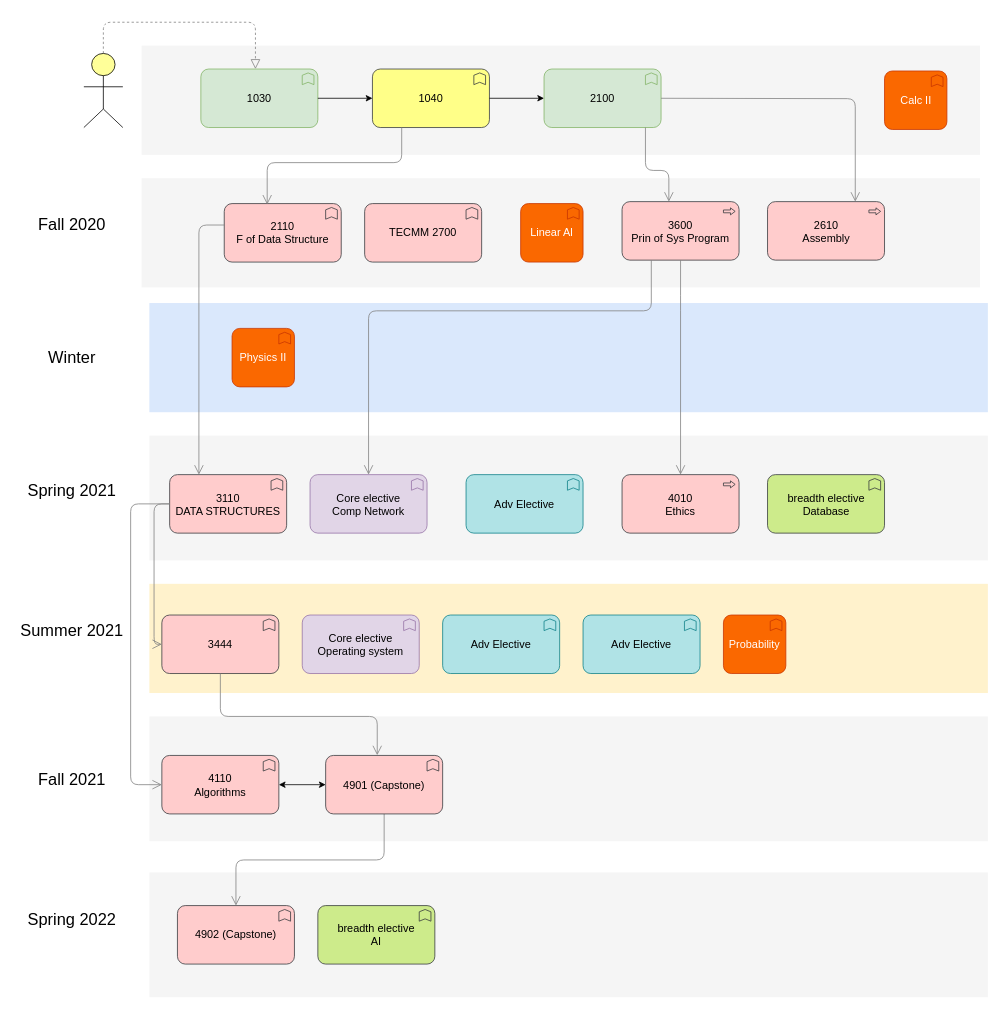
Above: Untitled Diagram.drawio in Bishnutimalsina/CS_ (draw.io), before the change. Source tidied: cells renumbered, new cells numbered last; positions are measured from the earlier drawing's top-left corner, leaving out a move shared by most shapes. Both pictures are drawn from the tidied source at 78%, with x=0, y=0 at pixel (13, 22).
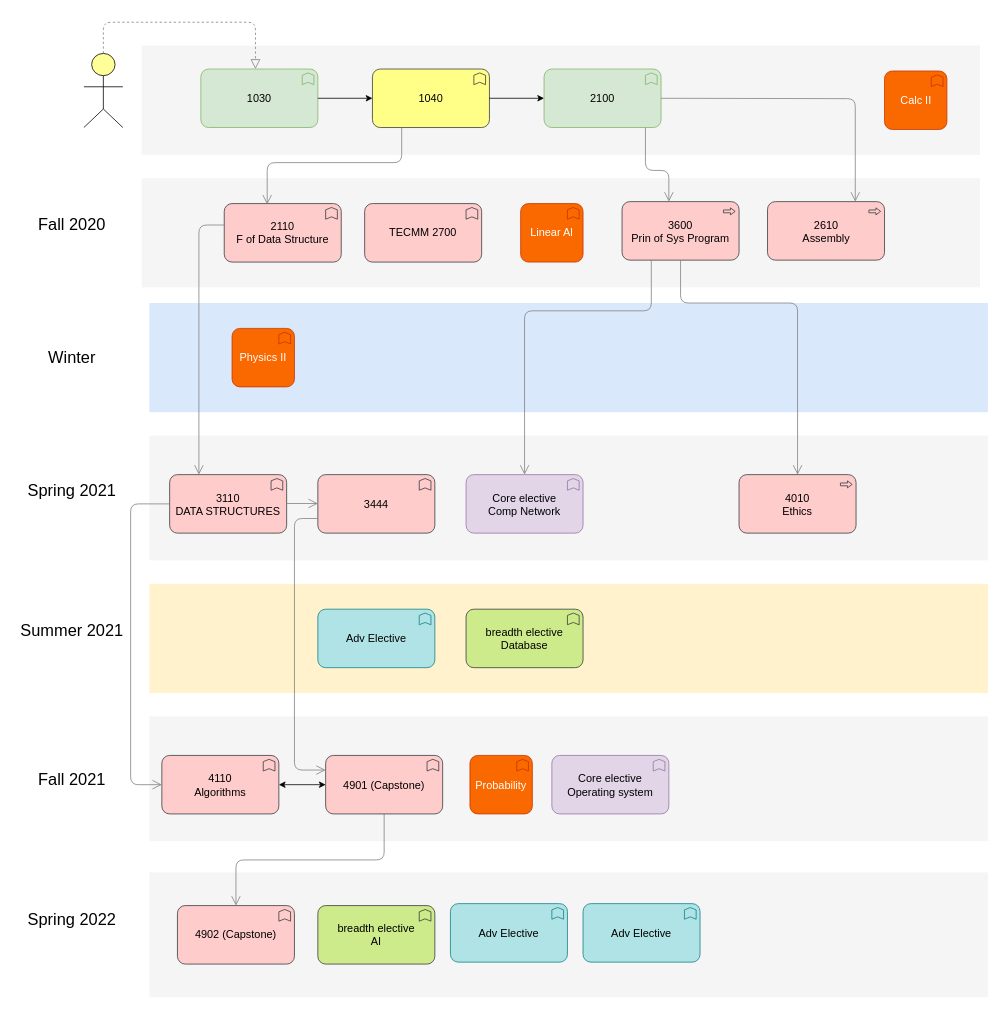
After the change.

The change refers to these unchanged cells:
```xml
<mxCell id="19" value="3110&lt;br&gt;DATA STRUCTURES" style="html=1;whiteSpace=wrap;fillColor=#ffcccc;shape=mxgraph.archimate3.application;appType=func;archiType=rounded;fontSize=14;strokeColor=#36393d;" parent="1" vertex="1">
  <mxGeometry x="200" y="580" width="150" height="75" as="geometry" />
</mxCell>
<mxCell id="45" value="4901 (Capstone)" style="html=1;whiteSpace=wrap;fillColor=#ffcccc;shape=mxgraph.archimate3.application;appType=func;archiType=rounded;fontSize=14;strokeColor=#36393d;" parent="1" vertex="1">
  <mxGeometry x="400" y="940" width="150" height="75" as="geometry" />
</mxCell>
```

Diff of the diagram source:
```diff
@@
     <mxCell id="22" value="3444" style="html=1;whiteSpace=wrap;fillColor=#ffcccc;shape=mxgraph.archimate3.application;appType=func;archiType=rounded;fontSize=14;strokeColor=#36393d;" parent="1" vertex="1">
-      <mxGeometry x="190" y="760" width="150" height="75" as="geometry" />
+      <mxGeometry x="390" y="580" width="150" height="75" as="geometry" />
     </mxCell>
-    <mxCell id="23" style="edgeStyle=elbowEdgeStyle;rounded=1;elbow=vertical;html=1;startSize=10;endArrow=open;endFill=0;endSize=10;jettySize=auto;strokeColor=#808080;fontSize=14;entryX=0;entryY=0.5;entryDx=0;entryDy=0;entryPerimeter=0;exitX=0;exitY=0.5;exitDx=0;exitDy=0;exitPerimeter=0;" parent="1" edge="1" source="19" target="22">
+    <mxCell id="23" style="edgeStyle=elbowEdgeStyle;rounded=1;elbow=vertical;html=1;startSize=10;endArrow=open;endFill=0;endSize=10;jettySize=auto;strokeColor=#808080;fontSize=14;entryX=0;entryY=0.5;entryDx=0;entryDy=0;entryPerimeter=0;" parent="1" edge="1" target="22">
       <mxGeometry relative="1" as="geometry">
+        <mxPoint x="350" y="617" as="sourcePoint" />
         <Array as="points">
-          <mxPoint x="180" y="470" />
+          <mxPoint x="370" y="617" />
         </Array>
       </mxGeometry>
     </mxCell>
@@
     <mxCell id="26" value="4010&lt;br&gt;Ethics" style="html=1;whiteSpace=wrap;fillColor=#ffcccc;shape=mxgraph.archimate3.application;appType=proc;archiType=rounded;fontSize=14;strokeColor=#36393d;" parent="1" vertex="1">
-      <mxGeometry x="780" y="580" width="150" height="75" as="geometry" />
+      <mxGeometry x="930" y="580" width="150" height="75" as="geometry" />
     </mxCell>
@@
     <mxCell id="36" value="Core elective&lt;br&gt;Comp Network" style="html=1;whiteSpace=wrap;fillColor=#e1d5e7;shape=mxgraph.archimate3.application;appType=func;archiType=rounded;fontSize=14;strokeColor=#9673a6;" parent="1" vertex="1">
-      <mxGeometry x="380" y="580" width="150" height="75" as="geometry" />
+      <mxGeometry x="580" y="580" width="150" height="75" as="geometry" />
     </mxCell>
     <mxCell id="37" value="Adv Elective" style="html=1;whiteSpace=wrap;fillColor=#b0e3e6;shape=mxgraph.archimate3.application;appType=func;archiType=rounded;fontSize=14;strokeColor=#0e8088;" parent="1" vertex="1">
-      <mxGeometry x="580" y="580" width="150" height="75" as="geometry" />
+      <mxGeometry x="390" y="752.5" width="150" height="75" as="geometry" />
     </mxCell>
@@
     <mxCell id="40" value="Core elective&lt;br&gt;Operating system" style="html=1;whiteSpace=wrap;fillColor=#e1d5e7;shape=mxgraph.archimate3.application;appType=func;archiType=rounded;fontSize=14;strokeColor=#9673a6;" parent="1" vertex="1">
-      <mxGeometry x="370" y="760" width="150" height="75" as="geometry" />
+      <mxGeometry x="690" y="940" width="150" height="75" as="geometry" />
     </mxCell>
     <mxCell id="41" value="breadth elective&lt;br&gt;Database" style="html=1;whiteSpace=wrap;shape=mxgraph.archimate3.application;appType=func;archiType=rounded;fontSize=14;fillColor=#cdeb8b;strokeColor=#36393d;" parent="1" vertex="1">
-      <mxGeometry x="966.5" y="580" width="150" height="75" as="geometry" />
+      <mxGeometry x="580" y="752.5" width="150" height="75" as="geometry" />
     </mxCell>
@@
     <mxCell id="43" value="Adv Elective" style="html=1;whiteSpace=wrap;fillColor=#b0e3e6;shape=mxgraph.archimate3.application;appType=func;archiType=rounded;fontSize=14;strokeColor=#0e8088;" parent="1" vertex="1">
-      <mxGeometry x="550" y="760" width="150" height="75" as="geometry" />
+      <mxGeometry x="560" y="1130" width="150" height="75" as="geometry" />
     </mxCell>
     <mxCell id="44" value="Adv Elective" style="html=1;whiteSpace=wrap;fillColor=#b0e3e6;shape=mxgraph.archimate3.application;appType=func;archiType=rounded;fontSize=14;strokeColor=#0e8088;" parent="1" vertex="1">
-      <mxGeometry x="730" y="760" width="150" height="75" as="geometry" />
+      <mxGeometry x="730" y="1130" width="150" height="75" as="geometry" />
     </mxCell>
@@
-    <mxCell id="46" style="edgeStyle=elbowEdgeStyle;rounded=1;elbow=vertical;html=1;startSize=10;endArrow=open;endFill=0;endSize=10;jettySize=auto;strokeColor=#808080;fontSize=14;entryX=0.441;entryY=-0.004;entryDx=0;entryDy=0;entryPerimeter=0;exitX=0.5;exitY=1;exitDx=0;exitDy=0;exitPerimeter=0;" parent="1" edge="1" source="22" target="45">
+    <mxCell id="46" style="edgeStyle=elbowEdgeStyle;rounded=1;elbow=vertical;html=1;startSize=10;endArrow=open;endFill=0;endSize=10;jettySize=auto;strokeColor=#808080;fontSize=14;entryX=0;entryY=0.25;entryDx=0;entryDy=0;entryPerimeter=0;exitX=0;exitY=0.75;exitDx=0;exitDy=0;exitPerimeter=0;" parent="1" edge="1" source="22" target="45">
       <mxGeometry relative="1" as="geometry">
         <Array as="points">
+          <mxPoint x="360" y="790" />
           <mxPoint x="310" y="890" />
         </Array>
       </mxGeometry>
     </mxCell>
@@
     <mxCell id="51" value="Probability" style="html=1;whiteSpace=wrap;fillColor=#fa6800;shape=mxgraph.archimate3.application;appType=func;archiType=rounded;fontSize=14;strokeColor=#C73500;fontColor=#ffffff;" parent="1" vertex="1">
-      <mxGeometry x="910" y="760" width="80" height="75" as="geometry" />
+      <mxGeometry x="585" y="940" width="80" height="75" as="geometry" />
     </mxCell>
```
